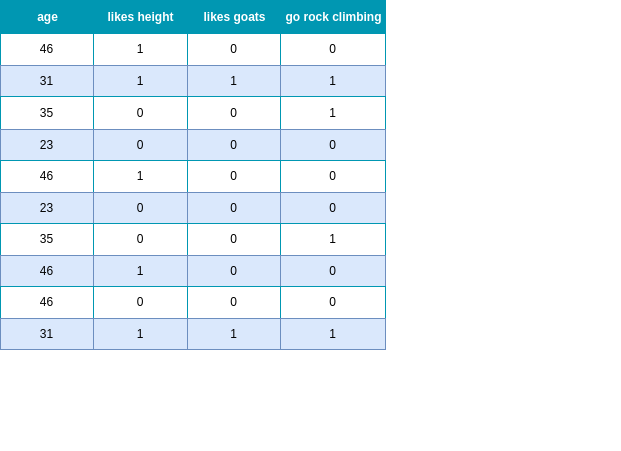
The draw.io diagram static/images/adaboost/ab_example_clf_data_third_stump.drawio.png in froukje/datamapu, before a commit. Source tidied: cells renumbered, new cells last; positions are measured from the earlier drawing's top-left corner, leaving out a move shared by most shapes.
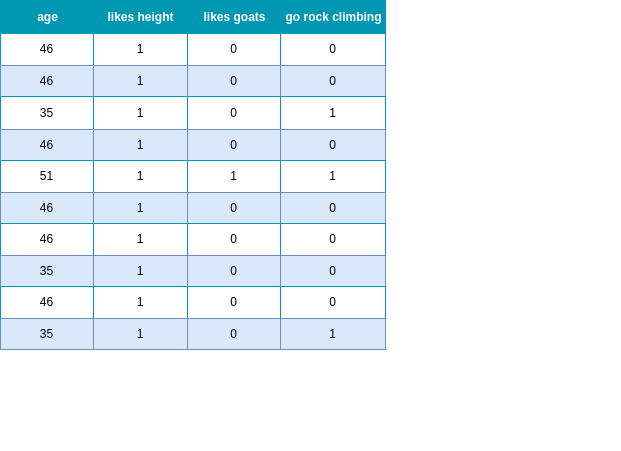
After the change.

Diff of the diagram source:
```diff
@@ -38,16 +38,16 @@
     <mxCell id="13" style="shape=tableRow;horizontal=0;startSize=0;swimlaneHead=0;swimlaneBody=0;top=0;left=0;bottom=0;right=0;fontStyle=1;strokeColor=inherit;fillColor=#EAF2D3;" parent="2" vertex="1">
       <mxGeometry y="65" width="385" height="31" as="geometry" />
     </mxCell>
-    <mxCell id="14" value="31" style="strokeColor=#6c8ebf;fillColor=#dae8fc;whiteSpace=wrap;html=1;" parent="13" vertex="1">
+    <mxCell id="14" value="46" style="strokeColor=#6c8ebf;fillColor=#dae8fc;whiteSpace=wrap;html=1;" parent="13" vertex="1">
       <mxGeometry width="93" height="31" as="geometry" />
     </mxCell>
     <mxCell id="15" value="1" style="strokeColor=#6c8ebf;fillColor=#dae8fc;whiteSpace=wrap;html=1;" parent="13" vertex="1">
       <mxGeometry x="93" width="94" height="31" as="geometry" />
     </mxCell>
-    <mxCell id="16" value="1" style="strokeColor=#6c8ebf;fillColor=#dae8fc;whiteSpace=wrap;html=1;" parent="13" vertex="1">
+    <mxCell id="16" value="0" style="strokeColor=#6c8ebf;fillColor=#dae8fc;whiteSpace=wrap;html=1;" parent="13" vertex="1">
       <mxGeometry x="187" width="93" height="31" as="geometry" />
     </mxCell>
-    <mxCell id="17" value="1" style="strokeColor=#6c8ebf;fillColor=#dae8fc;whiteSpace=wrap;html=1;" parent="13" vertex="1">
+    <mxCell id="17" value="0" style="strokeColor=#6c8ebf;fillColor=#dae8fc;whiteSpace=wrap;html=1;" parent="13" vertex="1">
       <mxGeometry x="280" width="105" height="31" as="geometry" />
     </mxCell>
     <mxCell id="18" style="shape=tableRow;horizontal=0;startSize=0;swimlaneHead=0;swimlaneBody=0;top=0;left=0;bottom=0;right=0;fontStyle=0;strokeColor=inherit;fillColor=#ffffff;" parent="2" vertex="1">
@@ -56,7 +56,7 @@
     <mxCell id="19" value="35" style="strokeColor=inherit;fillColor=inherit;fontStyle=0;align=center;whiteSpace=wrap;html=1;" parent="18" vertex="1">
       <mxGeometry width="93" height="33" as="geometry" />
     </mxCell>
-    <mxCell id="20" value="0" style="strokeColor=inherit;fillColor=inherit;fontStyle=0;align=center;whiteSpace=wrap;html=1;" parent="18" vertex="1">
+    <mxCell id="20" value="1" style="strokeColor=inherit;fillColor=inherit;fontStyle=0;align=center;whiteSpace=wrap;html=1;" parent="18" vertex="1">
       <mxGeometry x="93" width="94" height="33" as="geometry" />
     </mxCell>
     <mxCell id="21" value="0" style="strokeColor=inherit;fillColor=inherit;fontStyle=0;align=center;whiteSpace=wrap;html=1;" parent="18" vertex="1">
@@ -68,10 +68,10 @@
     <mxCell id="23" style="shape=tableRow;horizontal=0;startSize=0;swimlaneHead=0;swimlaneBody=0;top=0;left=0;bottom=0;right=0;fontStyle=1;strokeColor=inherit;fillColor=#EAF2D3;" parent="2" vertex="1">
       <mxGeometry y="129" width="385" height="31" as="geometry" />
     </mxCell>
-    <mxCell id="24" value="23" style="strokeColor=#6c8ebf;fillColor=#dae8fc;whiteSpace=wrap;html=1;" parent="23" vertex="1">
+    <mxCell id="24" value="46" style="strokeColor=#6c8ebf;fillColor=#dae8fc;whiteSpace=wrap;html=1;" parent="23" vertex="1">
       <mxGeometry width="93" height="31" as="geometry" />
     </mxCell>
-    <mxCell id="25" value="0" style="strokeColor=#6c8ebf;fillColor=#dae8fc;whiteSpace=wrap;html=1;" parent="23" vertex="1">
+    <mxCell id="25" value="1" style="strokeColor=#6c8ebf;fillColor=#dae8fc;whiteSpace=wrap;html=1;" parent="23" vertex="1">
       <mxGeometry x="93" width="94" height="31" as="geometry" />
     </mxCell>
     <mxCell id="26" value="0" style="strokeColor=#6c8ebf;fillColor=#dae8fc;whiteSpace=wrap;html=1;" parent="23" vertex="1">
@@ -83,25 +83,25 @@
     <mxCell id="28" style="shape=tableRow;horizontal=0;startSize=0;swimlaneHead=0;swimlaneBody=0;top=0;left=0;bottom=0;right=0;fontStyle=0;strokeColor=inherit;fillColor=#ffffff;" parent="2" vertex="1">
       <mxGeometry y="160" width="385" height="32" as="geometry" />
     </mxCell>
-    <mxCell id="29" value="46" style="strokeColor=inherit;fillColor=inherit;align=center;whiteSpace=wrap;html=1;" parent="28" vertex="1">
+    <mxCell id="29" value="51" style="strokeColor=inherit;fillColor=inherit;align=center;whiteSpace=wrap;html=1;" parent="28" vertex="1">
       <mxGeometry width="93" height="32" as="geometry" />
     </mxCell>
     <mxCell id="30" value="1" style="strokeColor=inherit;fillColor=inherit;align=center;whiteSpace=wrap;html=1;" parent="28" vertex="1">
       <mxGeometry x="93" width="94" height="32" as="geometry" />
     </mxCell>
-    <mxCell id="31" value="0" style="strokeColor=inherit;fillColor=inherit;align=center;whiteSpace=wrap;html=1;" parent="28" vertex="1">
+    <mxCell id="31" value="1" style="strokeColor=inherit;fillColor=inherit;align=center;whiteSpace=wrap;html=1;" parent="28" vertex="1">
       <mxGeometry x="187" width="93" height="32" as="geometry" />
     </mxCell>
-    <mxCell id="32" value="0" style="strokeColor=inherit;fillColor=inherit;align=center;whiteSpace=wrap;html=1;" parent="28" vertex="1">
+    <mxCell id="32" value="1" style="strokeColor=inherit;fillColor=inherit;align=center;whiteSpace=wrap;html=1;" parent="28" vertex="1">
       <mxGeometry x="280" width="105" height="32" as="geometry" />
     </mxCell>
     <mxCell id="33" style="shape=tableRow;horizontal=0;startSize=0;swimlaneHead=0;swimlaneBody=0;top=0;left=0;bottom=0;right=0;fontStyle=1;strokeColor=inherit;fillColor=#EAF2D3;" parent="2" vertex="1">
       <mxGeometry y="192" width="385" height="31" as="geometry" />
     </mxCell>
-    <mxCell id="34" value="23" style="strokeColor=#6c8ebf;fillColor=#dae8fc;whiteSpace=wrap;html=1;" parent="33" vertex="1">
+    <mxCell id="34" value="46" style="strokeColor=#6c8ebf;fillColor=#dae8fc;whiteSpace=wrap;html=1;" parent="33" vertex="1">
       <mxGeometry width="93" height="31" as="geometry" />
     </mxCell>
-    <mxCell id="35" value="0" style="strokeColor=#6c8ebf;fillColor=#dae8fc;whiteSpace=wrap;html=1;" parent="33" vertex="1">
+    <mxCell id="35" value="1" style="strokeColor=#6c8ebf;fillColor=#dae8fc;whiteSpace=wrap;html=1;" parent="33" vertex="1">
       <mxGeometry x="93" width="94" height="31" as="geometry" />
     </mxCell>
     <mxCell id="36" value="0" style="strokeColor=#6c8ebf;fillColor=#dae8fc;whiteSpace=wrap;html=1;" parent="33" vertex="1">
@@ -113,22 +113,22 @@
     <mxCell id="38" style="shape=tableRow;horizontal=0;startSize=0;swimlaneHead=0;swimlaneBody=0;top=0;left=0;bottom=0;right=0;fontStyle=0;strokeColor=inherit;fillColor=#ffffff;" parent="2" vertex="1">
       <mxGeometry y="223" width="385" height="32" as="geometry" />
     </mxCell>
-    <mxCell id="39" value="35" style="strokeColor=inherit;fillColor=inherit;align=center;whiteSpace=wrap;html=1;" parent="38" vertex="1">
+    <mxCell id="39" value="46" style="strokeColor=inherit;fillColor=inherit;align=center;whiteSpace=wrap;html=1;" parent="38" vertex="1">
       <mxGeometry width="93" height="32" as="geometry" />
     </mxCell>
-    <mxCell id="40" value="0" style="strokeColor=inherit;fillColor=inherit;align=center;whiteSpace=wrap;html=1;" parent="38" vertex="1">
+    <mxCell id="40" value="1" style="strokeColor=inherit;fillColor=inherit;align=center;whiteSpace=wrap;html=1;" parent="38" vertex="1">
       <mxGeometry x="93" width="94" height="32" as="geometry" />
     </mxCell>
     <mxCell id="41" value="0" style="strokeColor=inherit;fillColor=inherit;align=center;whiteSpace=wrap;html=1;" parent="38" vertex="1">
       <mxGeometry x="187" width="93" height="32" as="geometry" />
     </mxCell>
-    <mxCell id="42" value="1" style="strokeColor=inherit;fillColor=inherit;align=center;whiteSpace=wrap;html=1;" parent="38" vertex="1">
+    <mxCell id="42" value="0" style="strokeColor=inherit;fillColor=inherit;align=center;whiteSpace=wrap;html=1;" parent="38" vertex="1">
       <mxGeometry x="280" width="105" height="32" as="geometry" />
     </mxCell>
     <mxCell id="43" style="shape=tableRow;horizontal=0;startSize=0;swimlaneHead=0;swimlaneBody=0;top=0;left=0;bottom=0;right=0;fontStyle=1;strokeColor=inherit;fillColor=#EAF2D3;" parent="2" vertex="1">
       <mxGeometry y="255" width="385" height="31" as="geometry" />
     </mxCell>
-    <mxCell id="44" value="46" style="strokeColor=#6c8ebf;fillColor=#dae8fc;whiteSpace=wrap;html=1;" parent="43" vertex="1">
+    <mxCell id="44" value="35" style="strokeColor=#6c8ebf;fillColor=#dae8fc;whiteSpace=wrap;html=1;" parent="43" vertex="1">
       <mxGeometry width="93" height="31" as="geometry" />
     </mxCell>
     <mxCell id="45" value="1" style="strokeColor=#6c8ebf;fillColor=#dae8fc;whiteSpace=wrap;html=1;" parent="43" vertex="1">
@@ -146,7 +146,7 @@
     <mxCell id="49" value="46" style="strokeColor=inherit;fillColor=inherit;align=center;whiteSpace=wrap;html=1;" parent="48" vertex="1">
       <mxGeometry width="93" height="32" as="geometry" />
     </mxCell>
-    <mxCell id="50" value="0" style="strokeColor=inherit;fillColor=inherit;align=center;whiteSpace=wrap;html=1;" parent="48" vertex="1">
+    <mxCell id="50" value="1" style="strokeColor=inherit;fillColor=inherit;align=center;whiteSpace=wrap;html=1;" parent="48" vertex="1">
       <mxGeometry x="93" width="94" height="32" as="geometry" />
     </mxCell>
     <mxCell id="51" value="0" style="strokeColor=inherit;fillColor=inherit;align=center;whiteSpace=wrap;html=1;" parent="48" vertex="1">
@@ -158,13 +158,13 @@
     <mxCell id="53" style="shape=tableRow;horizontal=0;startSize=0;swimlaneHead=0;swimlaneBody=0;top=0;left=0;bottom=0;right=0;fontStyle=1;strokeColor=inherit;fillColor=#EAF2D3;" parent="2" vertex="1">
       <mxGeometry y="318" width="385" height="31" as="geometry" />
     </mxCell>
-    <mxCell id="54" value="31" style="strokeColor=#6c8ebf;fillColor=#dae8fc;whiteSpace=wrap;html=1;" parent="53" vertex="1">
+    <mxCell id="54" value="35" style="strokeColor=#6c8ebf;fillColor=#dae8fc;whiteSpace=wrap;html=1;" parent="53" vertex="1">
       <mxGeometry width="93" height="31" as="geometry" />
     </mxCell>
     <mxCell id="55" value="1" style="strokeColor=#6c8ebf;fillColor=#dae8fc;whiteSpace=wrap;html=1;" parent="53" vertex="1">
       <mxGeometry x="93" width="94" height="31" as="geometry" />
     </mxCell>
-    <mxCell id="56" value="1" style="strokeColor=#6c8ebf;fillColor=#dae8fc;whiteSpace=wrap;html=1;" parent="53" vertex="1">
+    <mxCell id="56" value="0" style="strokeColor=#6c8ebf;fillColor=#dae8fc;whiteSpace=wrap;html=1;" parent="53" vertex="1">
       <mxGeometry x="187" width="93" height="31" as="geometry" />
     </mxCell>
     <mxCell id="57" value="1" style="strokeColor=#6c8ebf;fillColor=#dae8fc;whiteSpace=wrap;html=1;" parent="53" vertex="1">
```
